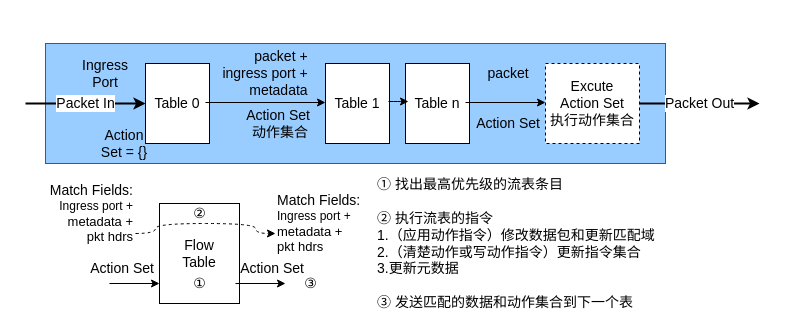
This is page "OpenFlow" (2 of 3) of SDN.drawio from waterwatermelon/graph, a draw.io file, before an edit. Source tidied: cells renumbered, new cells numbered last; positions are measured from the earlier drawing's top-left corner, leaving out a move shared by most shapes. Both pictures are drawn from the tidied source at 100%, with x=0, y=0 at pixel (25, 43).
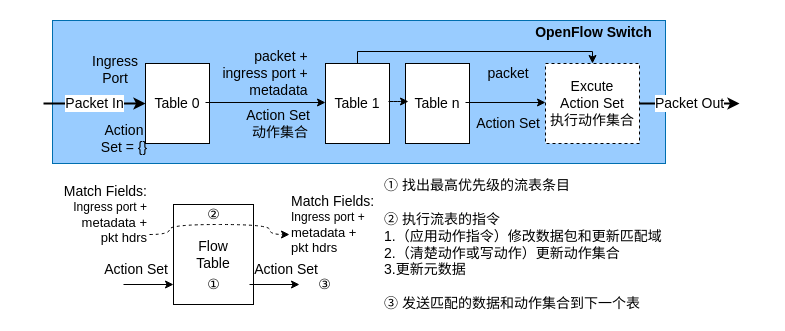
Above is the later version.

The change refers to these unchanged cells:
```xml
<mxCell id="4" value="&lt;font style=&quot;font-size: 14px;&quot;&gt;Table 0&lt;/font&gt;" style="rounded=0;whiteSpace=wrap;html=1;fontSize=14;" parent="1" vertex="1">
  <mxGeometry x="120" y="20" width="64" height="80" as="geometry" />
</mxCell>
<mxCell id="7" value="&lt;font style=&quot;font-size: 14px;&quot;&gt;Table 1&lt;/font&gt;" style="rounded=0;whiteSpace=wrap;html=1;fontSize=14;" parent="1" vertex="1">
  <mxGeometry x="300" y="20" width="64" height="80" as="geometry" />
</mxCell>
<mxCell id="10" value="&lt;font style=&quot;font-size: 14px&quot;&gt;Excute&lt;br style=&quot;font-size: 14px;&quot;&gt;Action Set&lt;br style=&quot;font-size: 14px;&quot;&gt;执行动作集合&lt;br style=&quot;font-size: 14px;&quot;&gt;&lt;/font&gt;" style="rounded=0;whiteSpace=wrap;html=1;dashed=1;fontSize=14;" parent="1" vertex="1">
  <mxGeometry x="520" y="20" width="94" height="80" as="geometry" />
</mxCell>
```

Change to the diagram source:
```diff
@@
     <mxCell id="2" style="rounded=0;whiteSpace=wrap;html=1;strokeColor=#006EAF;fontColor=#ffffff;fillColor=#99CCFF;fontSize=14;" parent="1" vertex="1">
-      <mxGeometry x="20" width="620" height="120" as="geometry" />
+      <mxGeometry x="27" y="-23" width="613" height="143" as="geometry" />
     </mxCell>
     <mxCell id="3" value="&lt;font style=&quot;font-size: 14px;&quot;&gt;Packet In&lt;/font&gt;" style="endArrow=classic;html=1;entryX=0;entryY=0.5;entryDx=0;entryDy=0;fontSize=14;strokeWidth=2;" parent="1" edge="1" target="4">
       <mxGeometry relative="1" as="geometry">
-        <mxPoint y="60" as="sourcePoint" />
+        <mxPoint x="18" y="60" as="sourcePoint" />
       </mxGeometry>
     </mxCell>
@@
     <mxCell id="5" value="&lt;font style=&quot;font-size: 14px&quot;&gt;Action Set = {}&lt;/font&gt;" style="text;html=1;strokeColor=none;fillColor=none;align=center;verticalAlign=middle;whiteSpace=wrap;rounded=0;fontSize=14;" parent="1" vertex="1">
-      <mxGeometry x="69" y="80" width="60" height="40" as="geometry" />
+      <mxGeometry x="69" y="75" width="60" height="40" as="geometry" />
     </mxCell>
     <mxCell id="6" value="&lt;font style=&quot;font-size: 14px&quot;&gt;Ingress Port&lt;/font&gt;" style="text;html=1;strokeColor=none;fillColor=none;align=center;verticalAlign=middle;whiteSpace=wrap;rounded=0;fontSize=14;" parent="1" vertex="1">
-      <mxGeometry x="50" y="10" width="60" height="40" as="geometry" />
+      <mxGeometry x="60" y="6" width="60" height="40" as="geometry" />
     </mxCell>
+    <mxCell id="30" style="edgeStyle=orthogonalEdgeStyle;rounded=0;jettySize=auto;html=1;exitX=0.5;exitY=0;exitDx=0;exitDy=0;entryX=0.5;entryY=0;entryDx=0;entryDy=0;" parent="1" edge="1" source="7" target="10">
+      <mxGeometry relative="1" as="geometry">
+        <Array as="points">
+          <mxPoint x="332" y="8" />
+          <mxPoint x="567" y="8" />
+        </Array>
+      </mxGeometry>
+    </mxCell>
@@
-    <mxCell id="13" value="&lt;font style=&quot;font-size: 14px&quot;&gt;Packet Out&lt;/font&gt;" style="endArrow=classic;html=1;entryX=0;entryY=0.5;entryDx=0;entryDy=0;fontSize=14;strokeWidth=2;" parent="1" edge="1">
+    <mxCell id="13" value="&lt;font style=&quot;font-size: 14px&quot;&gt;Packet Out&lt;/font&gt;" style="endArrow=classic;html=1;fontSize=14;strokeWidth=2;" parent="1" edge="1">
       <mxGeometry relative="1" as="geometry">
         <mxPoint x="614" y="60" as="sourcePoint" />
-        <mxPoint x="734" y="60" as="targetPoint" />
+        <mxPoint x="714" y="60" as="targetPoint" />
       </mxGeometry>
     </mxCell>
@@
     <mxCell id="18" style="endArrow=classic;html=1;strokeWidth=1;fontSize=14;" parent="1" edge="1">
       <mxGeometry relative="1" as="geometry">
-        <mxPoint x="84" y="240" as="sourcePoint" />
-        <mxPoint x="134" y="240" as="targetPoint" />
+        <mxPoint x="98" y="241" as="sourcePoint" />
+        <mxPoint x="148" y="241" as="targetPoint" />
       </mxGeometry>
     </mxCell>
     <mxCell id="19" value="&lt;font style=&quot;font-size: 14px&quot;&gt;Action Set&amp;nbsp;&lt;/font&gt;" style="text;html=1;strokeColor=none;fillColor=none;align=center;verticalAlign=middle;whiteSpace=wrap;rounded=0;fontSize=14;" parent="1" vertex="1">
-      <mxGeometry x="64" y="210" width="70" height="30" as="geometry" />
+      <mxGeometry x="78" y="211" width="70" height="30" as="geometry" />
     </mxCell>
     <mxCell id="20" value="&lt;font style=&quot;font-size: 14px&quot;&gt;Flow&lt;br&gt;Table&lt;/font&gt;" style="rounded=0;whiteSpace=wrap;html=1;fontSize=14;" parent="1" vertex="1">
-      <mxGeometry x="134" y="160" width="80" height="100" as="geometry" />
+      <mxGeometry x="148" y="161" width="80" height="100" as="geometry" />
     </mxCell>
     <mxCell id="21" style="endArrow=classic;html=1;dashed=1;strokeWidth=1;fontSize=14;edgeStyle=orthogonalEdgeStyle;curved=1;" parent="1" edge="1">
       <mxGeometry relative="1" as="geometry">
-        <mxPoint x="110" y="190" as="sourcePoint" />
-        <mxPoint x="250" y="190" as="targetPoint" />
+        <mxPoint x="124" y="191" as="sourcePoint" />
+        <mxPoint x="264" y="191" as="targetPoint" />
         <Array as="points">
-          <mxPoint x="130" y="190" />
-          <mxPoint x="130" y="180" />
-          <mxPoint x="230" y="180" />
-          <mxPoint x="230" y="190" />
+          <mxPoint x="144" y="191" />
+          <mxPoint x="144" y="181" />
+          <mxPoint x="244" y="181" />
+          <mxPoint x="244" y="191" />
         </Array>
       </mxGeometry>
     </mxCell>
     <mxCell id="22" value="①" style="text;html=1;align=center;verticalAlign=middle;fontSize=14;" parent="1" vertex="1">
-      <mxGeometry x="159" y="230" width="30" height="20" as="geometry" />
+      <mxGeometry x="173" y="231" width="30" height="20" as="geometry" />
     </mxCell>
     <mxCell id="23" value="&lt;div&gt;&lt;span&gt;Match Fields:&lt;/span&gt;&lt;/div&gt;&lt;font style=&quot;font-size: 12px&quot;&gt;&lt;div&gt;&lt;span&gt;Ingress port +&lt;/span&gt;&lt;/div&gt;&lt;/font&gt;&lt;div style=&quot;font-size: 13px&quot;&gt;&lt;font style=&quot;font-size: 13px&quot;&gt;metadata +&lt;/font&gt;&lt;/div&gt;&lt;div style=&quot;font-size: 13px&quot;&gt;&lt;font style=&quot;font-size: 13px&quot;&gt;pkt hdrs&lt;/font&gt;&lt;/div&gt;" style="text;html=1;strokeColor=none;fillColor=none;align=right;verticalAlign=middle;whiteSpace=wrap;rounded=0;fontSize=14;" parent="1" vertex="1">
-      <mxGeometry x="20" y="140" width="90" height="60" as="geometry" />
+      <mxGeometry x="34" y="141" width="90" height="60" as="geometry" />
     </mxCell>
     <mxCell id="24" value="&lt;div&gt;&lt;span&gt;Match Fields:&lt;/span&gt;&lt;/div&gt;&lt;font style=&quot;font-size: 12px&quot;&gt;&lt;div&gt;&lt;span&gt;Ingress port +&lt;/span&gt;&lt;/div&gt;&lt;/font&gt;&lt;div style=&quot;font-size: 13px&quot;&gt;&lt;font style=&quot;font-size: 13px&quot;&gt;metadata +&lt;/font&gt;&lt;/div&gt;&lt;div style=&quot;font-size: 13px&quot;&gt;&lt;font style=&quot;font-size: 13px&quot;&gt;pkt hdrs&lt;/font&gt;&lt;/div&gt;" style="text;html=1;strokeColor=none;fillColor=none;align=left;verticalAlign=middle;whiteSpace=wrap;rounded=0;fontSize=14;" parent="1" vertex="1">
-      <mxGeometry x="250" y="150" width="90" height="60" as="geometry" />
+      <mxGeometry x="264" y="151" width="90" height="60" as="geometry" />
     </mxCell>
     <mxCell id="25" style="endArrow=classic;html=1;strokeWidth=1;fontSize=14;" parent="1" edge="1">
       <mxGeometry relative="1" as="geometry">
-        <mxPoint x="210" y="240" as="sourcePoint" />
-        <mxPoint x="260" y="240" as="targetPoint" />
+        <mxPoint x="224" y="241" as="sourcePoint" />
+        <mxPoint x="274" y="241" as="targetPoint" />
       </mxGeometry>
     </mxCell>
     <mxCell id="26" value="&lt;font style=&quot;font-size: 14px&quot;&gt;Action Set&amp;nbsp;&lt;/font&gt;" style="text;html=1;strokeColor=none;fillColor=none;align=center;verticalAlign=middle;whiteSpace=wrap;rounded=0;fontSize=14;" parent="1" vertex="1">
-      <mxGeometry x="214" y="210" width="70" height="30" as="geometry" />
+      <mxGeometry x="228" y="211" width="70" height="30" as="geometry" />
     </mxCell>
     <mxCell id="27" value="②" style="text;html=1;align=center;verticalAlign=middle;fontSize=14;" parent="1" vertex="1">
-      <mxGeometry x="159" y="160" width="30" height="20" as="geometry" />
+      <mxGeometry x="173" y="161" width="30" height="20" as="geometry" />
     </mxCell>
     <mxCell id="28" value="③" style="text;html=1;align=center;verticalAlign=middle;fontSize=14;" parent="1" vertex="1">
-      <mxGeometry x="270" y="230" width="30" height="20" as="geometry" />
+      <mxGeometry x="284" y="231" width="30" height="20" as="geometry" />
     </mxCell>
-    <mxCell id="29" value="① 找出最高优先级的流表条目&lt;br&gt;&lt;div&gt;&lt;br&gt;&lt;/div&gt;&lt;div&gt;② 执行流表的指令&lt;/div&gt;&lt;div&gt;1.（应用动作指令）修改数据包和更新匹配域&lt;/div&gt;&lt;div&gt;2.（清楚动作或写动作指令）更新指令集合&lt;/div&gt;&lt;div&gt;3.更新元数据&lt;/div&gt;&lt;div&gt;&lt;br&gt;&lt;/div&gt;&lt;div&gt;③ 发送匹配的数据和动作集合到下一个表&lt;/div&gt;" style="text;html=1;align=left;verticalAlign=middle;fontSize=14;" parent="1" vertex="1">
-      <mxGeometry x="350" y="130" width="290" height="140" as="geometry" />
+    <mxCell id="29" value="① 找出最高优先级的流表条目&lt;br&gt;&lt;div&gt;&lt;br&gt;&lt;/div&gt;&lt;div&gt;② 执行流表的指令&lt;/div&gt;&lt;div&gt;1.（应用动作指令）修改数据包和更新匹配域&lt;/div&gt;&lt;div&gt;2.（清楚动作或写动作）更新动作集合&lt;/div&gt;&lt;div&gt;3.更新元数据&lt;/div&gt;&lt;div&gt;&lt;br&gt;&lt;/div&gt;&lt;div&gt;③ 发送匹配的数据和动作集合到下一个表&lt;/div&gt;" style="text;html=1;align=left;verticalAlign=middle;fontSize=14;" parent="1" vertex="1">
+      <mxGeometry x="357" y="131" width="288" height="140" as="geometry" />
     </mxCell>
+    <mxCell id="31" value="&lt;b&gt;&lt;font style=&quot;font-size: 14px&quot;&gt;OpenFlow Switch&lt;/font&gt;&lt;/b&gt;" style="text;html=1;strokeColor=none;fillColor=none;align=center;verticalAlign=middle;whiteSpace=wrap;rounded=0;" parent="1" vertex="1">
+      <mxGeometry x="497" y="-26" width="143" height="29" as="geometry" />
+    </mxCell>
```
